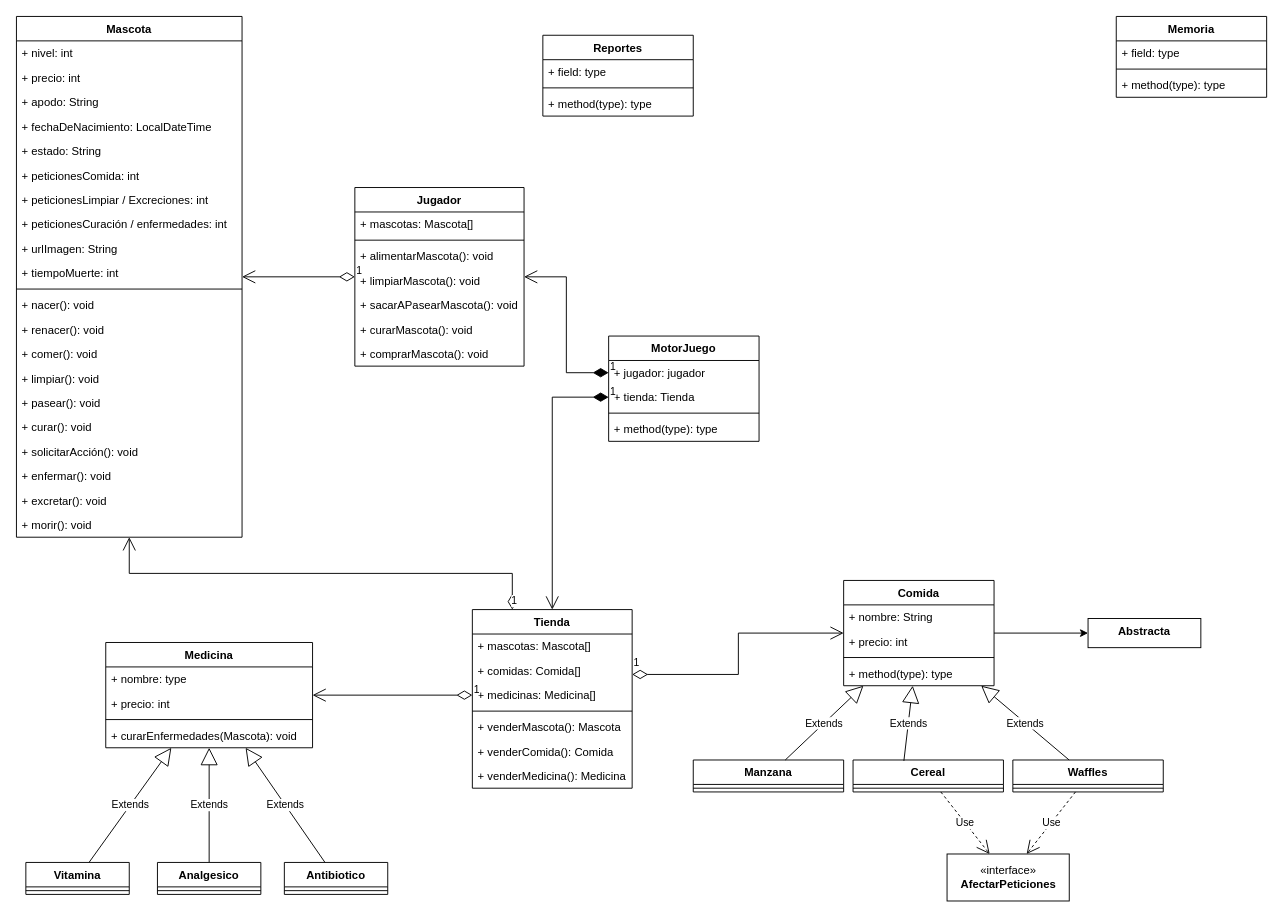
alejandro-vasquez-es/cuidar-pokemon keeps this draw.io diagram as UML.drawio. Above is the earlier version. Source tidied: cells renumbered, new cells numbered last; positions are measured from the earlier drawing's top-left corner, leaving out a move shared by most shapes. Both pictures are drawn from the tidied source at 94%, with x=0, y=0 at pixel (16, 16).
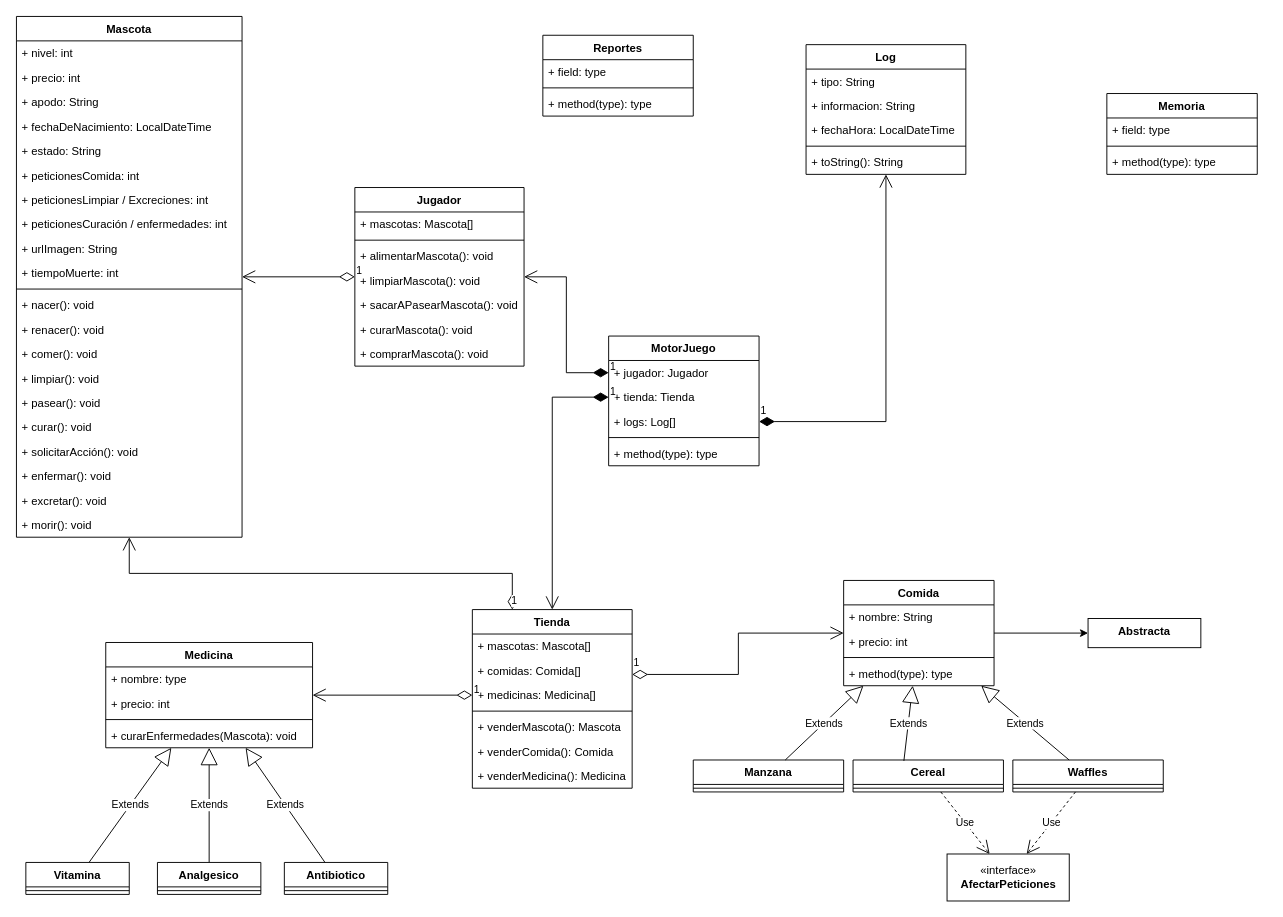
Above is the later version.

The edit, as a diff of the source:
```diff
@@
     <mxCell id="43" value="Memoria" style="swimlane;fontStyle=1;align=center;verticalAlign=top;horizontal=1;startSize=26;" parent="1" vertex="1">
-      <mxGeometry x="1170" width="160" height="86" as="geometry" />
+      <mxGeometry x="1160" y="82" width="160" height="86" as="geometry" />
     </mxCell>
@@
     <mxCell id="47" value="MotorJuego" style="swimlane;fontStyle=1;align=center;verticalAlign=top;horizontal=1;startSize=26;" parent="1" vertex="1">
-      <mxGeometry x="630" y="340" width="160" height="112" as="geometry" />
+      <mxGeometry x="630" y="340" width="160" height="138" as="geometry" />
     </mxCell>
-    <mxCell id="48" value="+ jugador: jugador" style="text;strokeColor=none;fillColor=none;align=left;verticalAlign=top;spacingLeft=4;spacingRight=4;overflow=hidden;points=[[0,0.5],[1,0.5]];portConstraint=eastwest;" parent="47" vertex="1">
+    <mxCell id="48" value="+ jugador: Jugador" style="text;strokeColor=none;fillColor=none;align=left;verticalAlign=top;spacingLeft=4;spacingRight=4;overflow=hidden;points=[[0,0.5],[1,0.5]];portConstraint=eastwest;" parent="47" vertex="1">
       <mxGeometry y="26" width="160" height="26" as="geometry" />
     </mxCell>
@@
+    <mxCell id="92" value="+ logs: Log[]" style="text;strokeColor=none;fillColor=none;align=left;verticalAlign=top;spacingLeft=4;spacingRight=4;overflow=hidden;points=[[0,0.5],[1,0.5]];portConstraint=eastwest;" parent="47" vertex="1">
+      <mxGeometry y="78" width="160" height="26" as="geometry" />
+    </mxCell>
     <mxCell id="50" style="line;strokeWidth=1;fillColor=none;align=left;verticalAlign=middle;spacingTop=-1;spacingLeft=3;spacingRight=3;labelPosition=right;" parent="47" vertex="1">
-      <mxGeometry y="78" width="160" height="8" as="geometry" />
+      <mxGeometry y="104" width="160" height="8" as="geometry" />
     </mxCell>
     <mxCell id="51" value="+ method(type): type" style="text;strokeColor=none;fillColor=none;align=left;verticalAlign=top;spacingLeft=4;spacingRight=4;overflow=hidden;" parent="47" vertex="1">
-      <mxGeometry y="86" width="160" height="26" as="geometry" />
+      <mxGeometry y="112" width="160" height="26" as="geometry" />
     </mxCell>
@@
+    <mxCell id="93" value="Log" style="swimlane;fontStyle=1;align=center;verticalAlign=top;horizontal=1;startSize=26;" parent="1" vertex="1">
+      <mxGeometry x="840" y="30" width="170" height="138" as="geometry" />
+    </mxCell>
+    <mxCell id="94" value="+ tipo: String" style="text;strokeColor=none;fillColor=none;align=left;verticalAlign=top;spacingLeft=4;spacingRight=4;overflow=hidden;" parent="93" vertex="1">
+      <mxGeometry y="26" width="170" height="26" as="geometry" />
+    </mxCell>
+    <mxCell id="95" value="+ informacion: String" style="text;strokeColor=none;fillColor=none;align=left;verticalAlign=top;spacingLeft=4;spacingRight=4;overflow=hidden;" parent="93" vertex="1">
+      <mxGeometry y="52" width="170" height="26" as="geometry" />
+    </mxCell>
+    <mxCell id="96" value="+ fechaHora: LocalDateTime " style="text;strokeColor=none;fillColor=none;align=left;verticalAlign=top;spacingLeft=4;spacingRight=4;overflow=hidden;" parent="93" vertex="1">
+      <mxGeometry y="78" width="170" height="26" as="geometry" />
+    </mxCell>
+    <mxCell id="97" style="line;strokeWidth=1;fillColor=none;align=left;verticalAlign=middle;spacingTop=-1;spacingLeft=3;spacingRight=3;labelPosition=right;" parent="93" vertex="1">
+      <mxGeometry y="104" width="170" height="8" as="geometry" />
+    </mxCell>
+    <mxCell id="98" value="+ toString(): String" style="text;strokeColor=none;fillColor=none;align=left;verticalAlign=top;spacingLeft=4;spacingRight=4;overflow=hidden;" parent="93" vertex="1">
+      <mxGeometry y="112" width="170" height="26" as="geometry" />
+    </mxCell>
+    <mxCell id="99" value="1" style="endArrow=open;html=1;endSize=12;startArrow=diamondThin;startSize=14;startFill=1;edgeStyle=orthogonalEdgeStyle;align=left;verticalAlign=bottom;rounded=0;" parent="1" edge="1" source="92" target="93">
+      <mxGeometry x="-1" y="3" relative="1" as="geometry" />
+    </mxCell>
```
